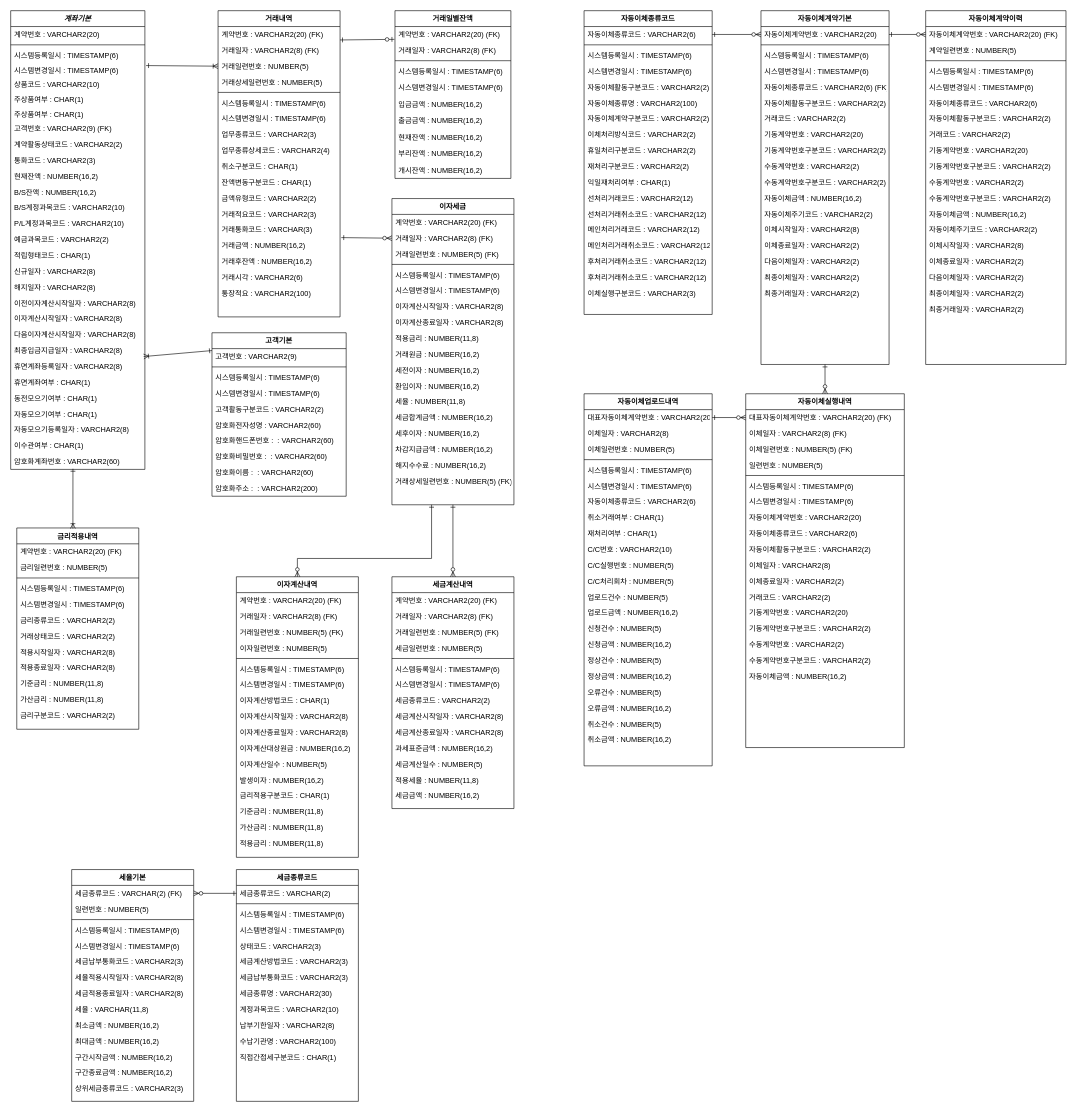
hojinWoo/pennyBank keeps this draw.io diagram as penny bank.drawio. Above is the earlier version. Source tidied: cells renumbered, new cells numbered last; positions are measured from the earlier drawing's top-left corner, leaving out a move shared by most shapes. Both pictures are drawn from the tidied source at 61%, with x=0, y=0 at pixel (10, 10).
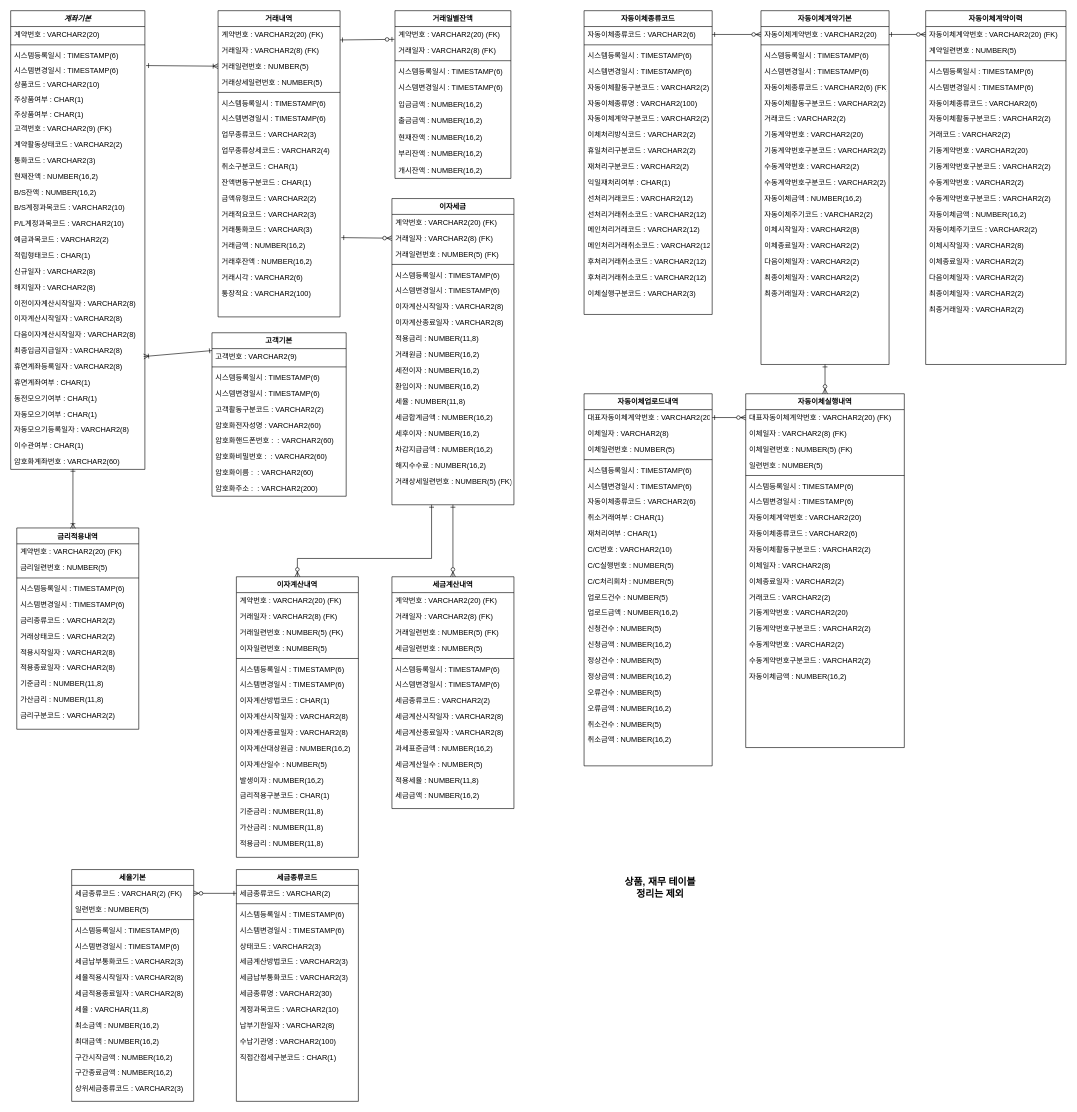
The same page after the edit.

Diff of the diagram source:
```diff
@@
+    <mxCell id="278" value="&lt;font style=&quot;font-size: 16px&quot;&gt;상품, 재무 테이블 &lt;br&gt;정리는 제외&lt;/font&gt;" style="text;html=1;strokeColor=none;fillColor=none;align=center;verticalAlign=middle;whiteSpace=wrap;rounded=0;fontStyle=1;" parent="1" vertex="1">
+      <mxGeometry x="950" y="1428" width="230" height="20" as="geometry" />
+    </mxCell>
```
